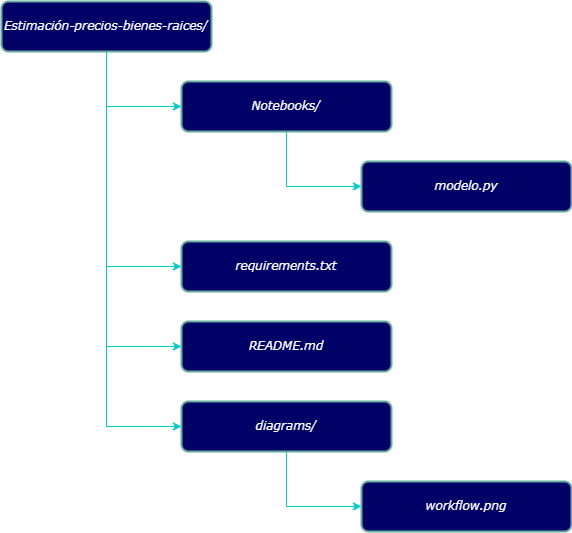
Earlier version of the draw.io export Estimación-precios/diagrams/workflow.png (israelDXT/Metodos-a-gran-escala). Source tidied: cells renumbered, new cells last; positions are measured from the earlier drawing's top-left corner, leaving out a move shared by most shapes. Source of this version:
```xml
<mxGraphModel>
  <root>
    <mxCell id="0" />
    <mxCell id="1" parent="0" />
    <mxCell id="2" style="edgeStyle=orthogonalEdgeStyle;rounded=0;jettySize=auto;html=1;exitX=0.5;exitY=1;exitDx=0;exitDy=0;entryX=0;entryY=0.5;entryDx=0;entryDy=0;strokeColor=#00CCCC;" parent="1" edge="1" source="6" target="8">
      <mxGeometry relative="1" as="geometry" />
    </mxCell>
    <mxCell id="3" style="edgeStyle=orthogonalEdgeStyle;rounded=0;jettySize=auto;html=1;exitX=0.5;exitY=1;exitDx=0;exitDy=0;entryX=0;entryY=0.5;entryDx=0;entryDy=0;strokeColor=#00CCCC;" parent="1" edge="1" source="6" target="10">
      <mxGeometry relative="1" as="geometry" />
    </mxCell>
    <mxCell id="4" style="edgeStyle=orthogonalEdgeStyle;rounded=0;jettySize=auto;html=1;exitX=0.5;exitY=1;exitDx=0;exitDy=0;entryX=0;entryY=0.5;entryDx=0;entryDy=0;strokeColor=#00CCCC;" parent="1" edge="1" source="6" target="11">
      <mxGeometry relative="1" as="geometry" />
    </mxCell>
    <mxCell id="5" style="edgeStyle=orthogonalEdgeStyle;rounded=0;jettySize=auto;html=1;exitX=0.5;exitY=1;exitDx=0;exitDy=0;entryX=0;entryY=0.5;entryDx=0;entryDy=0;strokeColor=#00CCCC;" parent="1" edge="1" source="6" target="13">
      <mxGeometry relative="1" as="geometry" />
    </mxCell>
    <mxCell id="6" value="Estimación-precios-bienes-raices/" style="rounded=1;whiteSpace=wrap;html=1;absoluteArcSize=1;arcSize=14;strokeWidth=2;fontFamily=Verdana;fontStyle=2;fillColor=#000066;fontColor=#FFFFFF;strokeColor=#67AB9F;" parent="1" vertex="1">
      <mxGeometry width="210" height="50" as="geometry" />
    </mxCell>
    <mxCell id="7" style="edgeStyle=orthogonalEdgeStyle;rounded=0;jettySize=auto;html=1;exitX=0.5;exitY=1;exitDx=0;exitDy=0;entryX=0;entryY=0.5;entryDx=0;entryDy=0;strokeColor=#00CCCC;" parent="1" edge="1" source="8" target="9">
      <mxGeometry relative="1" as="geometry" />
    </mxCell>
    <mxCell id="8" value="Notebooks/" style="rounded=1;whiteSpace=wrap;html=1;absoluteArcSize=1;arcSize=14;strokeWidth=2;fontFamily=Verdana;fontStyle=2;fillColor=#000066;fontColor=#FFFFFF;strokeColor=#67AB9F;" parent="1" vertex="1">
      <mxGeometry x="180" y="80" width="210" height="50" as="geometry" />
    </mxCell>
    <mxCell id="9" value="modelo.py" style="rounded=1;whiteSpace=wrap;html=1;absoluteArcSize=1;arcSize=14;strokeWidth=2;fontFamily=Verdana;fontStyle=2;fillColor=#000066;fontColor=#FFFFFF;strokeColor=#67AB9F;" parent="1" vertex="1">
      <mxGeometry x="360" y="160" width="210" height="50" as="geometry" />
    </mxCell>
    <mxCell id="10" value="requirements.txt" style="rounded=1;whiteSpace=wrap;html=1;absoluteArcSize=1;arcSize=14;strokeWidth=2;fontFamily=Verdana;fontStyle=2;fillColor=#000066;fontColor=#FFFFFF;strokeColor=#67AB9F;" parent="1" vertex="1">
      <mxGeometry x="180" y="240" width="210" height="50" as="geometry" />
    </mxCell>
    <mxCell id="11" value="README.md" style="rounded=1;whiteSpace=wrap;html=1;absoluteArcSize=1;arcSize=14;strokeWidth=2;fontFamily=Verdana;fontStyle=2;fillColor=#000066;fontColor=#FFFFFF;strokeColor=#67AB9F;" parent="1" vertex="1">
      <mxGeometry x="180" y="320" width="210" height="50" as="geometry" />
    </mxCell>
    <mxCell id="12" style="edgeStyle=orthogonalEdgeStyle;rounded=0;jettySize=auto;html=1;exitX=0.5;exitY=1;exitDx=0;exitDy=0;entryX=0;entryY=0.5;entryDx=0;entryDy=0;strokeColor=#00CCCC;" parent="1" edge="1" source="13" target="14">
      <mxGeometry relative="1" as="geometry" />
    </mxCell>
    <mxCell id="13" value="diagrams/" style="rounded=1;whiteSpace=wrap;html=1;absoluteArcSize=1;arcSize=14;strokeWidth=2;fontFamily=Verdana;fontStyle=2;fillColor=#000066;fontColor=#FFFFFF;strokeColor=#67AB9F;" parent="1" vertex="1">
      <mxGeometry x="180" y="400" width="210" height="50" as="geometry" />
    </mxCell>
    <mxCell id="14" value="workflow.png" style="rounded=1;whiteSpace=wrap;html=1;absoluteArcSize=1;arcSize=14;strokeWidth=2;fontFamily=Verdana;fontStyle=2;fillColor=#000066;fontColor=#FFFFFF;strokeColor=#67AB9F;" parent="1" vertex="1">
      <mxGeometry x="360" y="480" width="210" height="50" as="geometry" />
    </mxCell>
  </root>
</mxGraphModel>
```
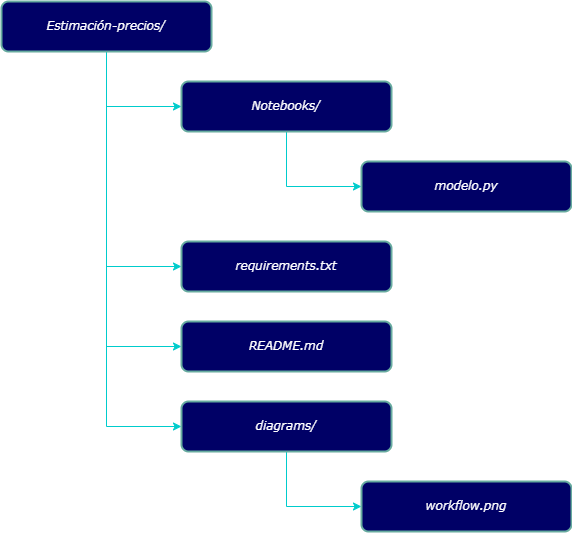
The same file after the commit.

What changed in the source:
```diff
@@ -14,7 +14,7 @@
     <mxCell id="5" style="edgeStyle=orthogonalEdgeStyle;rounded=0;jettySize=auto;html=1;exitX=0.5;exitY=1;exitDx=0;exitDy=0;entryX=0;entryY=0.5;entryDx=0;entryDy=0;strokeColor=#00CCCC;" parent="1" edge="1" source="6" target="13">
       <mxGeometry relative="1" as="geometry" />
     </mxCell>
-    <mxCell id="6" value="Estimación-precios-bienes-raices/" style="rounded=1;whiteSpace=wrap;html=1;absoluteArcSize=1;arcSize=14;strokeWidth=2;fontFamily=Verdana;fontStyle=2;fillColor=#000066;fontColor=#FFFFFF;strokeColor=#67AB9F;" parent="1" vertex="1">
+    <mxCell id="6" value="Estimación-precios/" style="rounded=1;whiteSpace=wrap;html=1;absoluteArcSize=1;arcSize=14;strokeWidth=2;fontFamily=Verdana;fontStyle=2;fillColor=#000066;fontColor=#FFFFFF;strokeColor=#67AB9F;" parent="1" vertex="1">
       <mxGeometry width="210" height="50" as="geometry" />
     </mxCell>
     <mxCell id="7" style="edgeStyle=orthogonalEdgeStyle;rounded=0;jettySize=auto;html=1;exitX=0.5;exitY=1;exitDx=0;exitDy=0;entryX=0;entryY=0.5;entryDx=0;entryDy=0;strokeColor=#00CCCC;" parent="1" edge="1" source="8" target="9">
```
